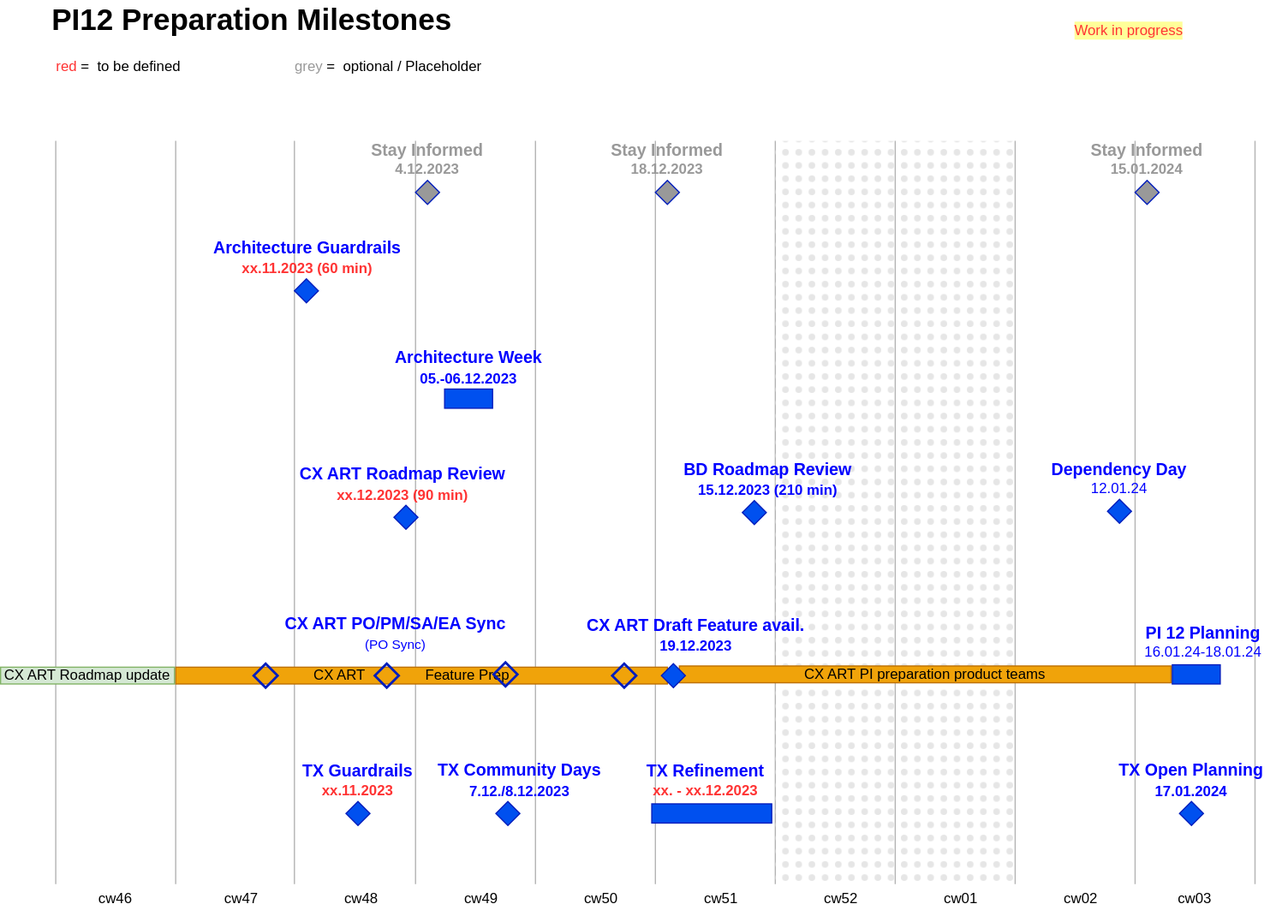
Above: PI12-Preparation-Timeline.drawio.svg in mabige/scratchpad (draw.io), before the change. Source tidied: cells renumbered, new cells last; positions are measured from the earlier drawing's top-left corner, leaving out a move shared by most shapes.
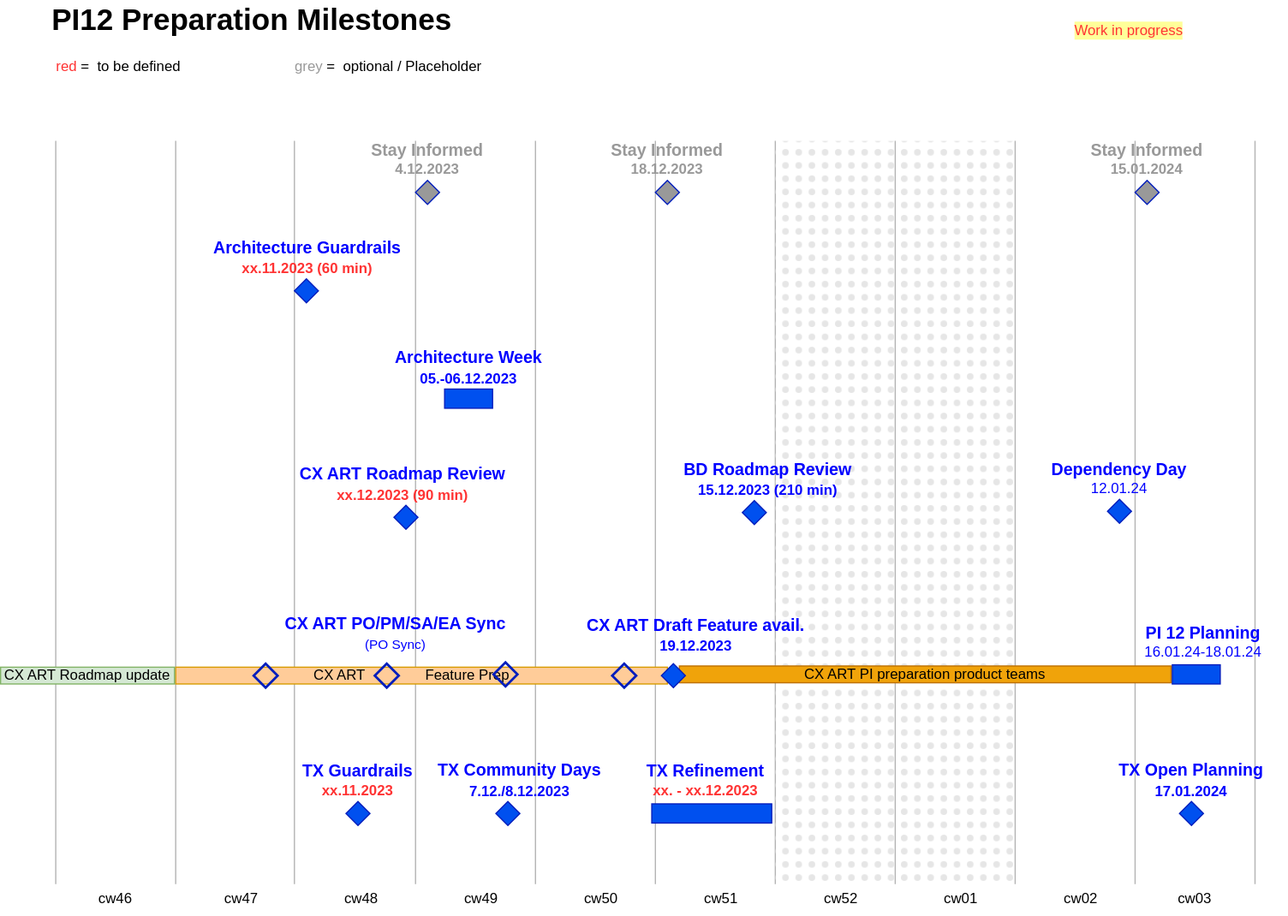
Above is the later version.

Diff of the diagram source:
```diff
@@ -197,7 +197,7 @@
     <mxCell id="55" value="CX ART PI preparation product teams" style="rounded=0;whiteSpace=wrap;html=1;fillColor=#f0a30a;fontColor=#000000;strokeColor=#BD7000;" parent="1" vertex="1">
       <mxGeometry x="566" y="555" width="410" height="14" as="geometry" />
     </mxCell>
-    <mxCell id="56" value="&lt;div align=&quot;left&quot;&gt;&amp;nbsp;&amp;nbsp;&amp;nbsp;&amp;nbsp;&amp;nbsp;&amp;nbsp;&amp;nbsp;&amp;nbsp;&amp;nbsp;&amp;nbsp;&amp;nbsp;&amp;nbsp;&amp;nbsp;&amp;nbsp;&amp;nbsp;&amp;nbsp;&amp;nbsp;&amp;nbsp;&amp;nbsp;&amp;nbsp;&amp;nbsp;&amp;nbsp;&amp;nbsp;&amp;nbsp;&amp;nbsp;&amp;nbsp;&amp;nbsp;&amp;nbsp;&amp;nbsp;&amp;nbsp;&amp;nbsp;&amp;nbsp;&amp;nbsp; CX ART&amp;nbsp; &amp;nbsp; &amp;nbsp; &amp;nbsp; &amp;nbsp; &amp;nbsp;&amp;nbsp;&amp;nbsp;&amp;nbsp; Feature Prep&lt;/div&gt;" style="rounded=0;whiteSpace=wrap;html=1;fillColor=#f0a30a;fontColor=#000000;strokeColor=#BD7000;align=left;" parent="1" vertex="1">
+    <mxCell id="56" value="&lt;div align=&quot;left&quot;&gt;&amp;nbsp;&amp;nbsp;&amp;nbsp;&amp;nbsp;&amp;nbsp;&amp;nbsp;&amp;nbsp;&amp;nbsp;&amp;nbsp;&amp;nbsp;&amp;nbsp;&amp;nbsp;&amp;nbsp;&amp;nbsp;&amp;nbsp;&amp;nbsp;&amp;nbsp;&amp;nbsp;&amp;nbsp;&amp;nbsp;&amp;nbsp;&amp;nbsp;&amp;nbsp;&amp;nbsp;&amp;nbsp;&amp;nbsp;&amp;nbsp;&amp;nbsp;&amp;nbsp;&amp;nbsp;&amp;nbsp;&amp;nbsp;&amp;nbsp; CX ART&amp;nbsp; &amp;nbsp; &amp;nbsp; &amp;nbsp; &amp;nbsp; &amp;nbsp;&amp;nbsp;&amp;nbsp;&amp;nbsp; Feature Prep&lt;/div&gt;" style="rounded=0;whiteSpace=wrap;html=1;fillColor=#FFCC99;strokeColor=#d79b00;align=left;" parent="1" vertex="1">
       <mxGeometry x="146" y="556" width="410" height="14" as="geometry" />
     </mxCell>
     <mxCell id="57" style="rhombus;whiteSpace=wrap;html=1;fillColor=#0050ef;fontColor=#ffffff;strokeColor=#001DBC;" parent="1" vertex="1">
```
